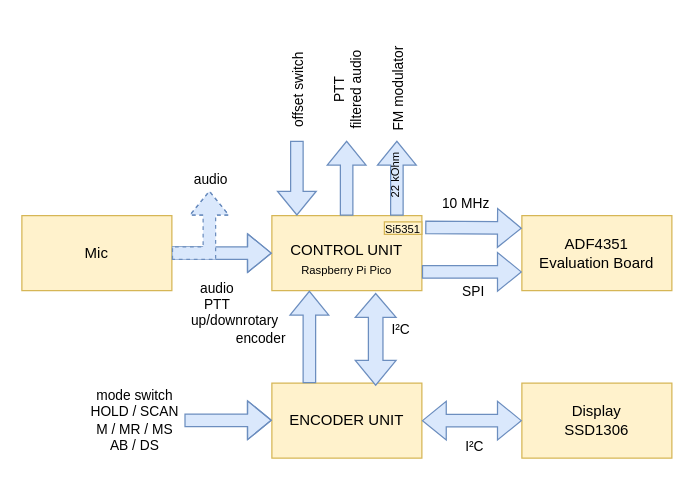
The draw.io diagram overview.drawio in michaelgroni/tr-pll7, before the edit. Source tidied: cells renumbered, new cells numbered last; positions are measured from the earlier drawing's top-left corner, leaving out a move shared by most shapes. Both pictures are drawn from the tidied source at 125%, with x=0, y=0 at pixel (21, 140).
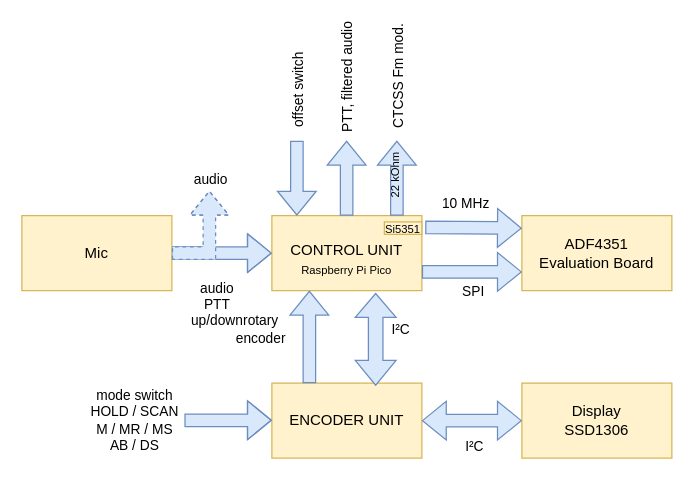
Above is the later version.

The change refers to these unchanged cells:
```xml
<mxCell id="21" style="shape=flexArrow;endArrow=classic;html=1;rounded=0;exitX=0.167;exitY=0;exitDx=0;exitDy=0;exitPerimeter=0;fillColor=#dae8fc;strokeColor=#6c8ebf;" parent="1" edge="1">
  <mxGeometry relative="1" as="geometry">
    <mxPoint x="259.8" y="60" as="sourcePoint" />
    <mxPoint x="259.8" as="targetPoint" />
  </mxGeometry>
</mxCell>
<mxCell id="28" style="shape=flexArrow;endArrow=classic;html=1;rounded=0;exitX=0.167;exitY=0;exitDx=0;exitDy=0;exitPerimeter=0;fillColor=#dae8fc;strokeColor=#6c8ebf;" parent="1" edge="1">
  <mxGeometry relative="1" as="geometry">
    <mxPoint x="300" y="60" as="sourcePoint" />
    <mxPoint x="300" as="targetPoint" />
  </mxGeometry>
</mxCell>
```

Change to the diagram source:
```diff
@@
-    <mxCell id="22" value="PTT&lt;br&gt;filtered audio" style="edgeLabel;html=1;align=center;verticalAlign=middle;rotation=-90;" parent="21" vertex="1">
+    <mxCell id="22" value="PTT,&amp;nbsp;filtered audio" style="edgeLabel;html=1;align=center;verticalAlign=middle;rotation=-90;" parent="21" vertex="1">
       <mxGeometry x="0.49" y="-4" relative="1" as="geometry">
-        <mxPoint x="-4" y="-55" as="offset" />
+        <mxPoint x="-4" y="-65" as="offset" />
       </mxGeometry>
     </mxCell>
@@
-    <mxCell id="29" value="FM modulator" style="edgeLabel;html=1;align=center;verticalAlign=middle;rotation=-90;" parent="28" vertex="1">
+    <mxCell id="29" value="CTCSS Fm mod." style="edgeLabel;html=1;align=center;verticalAlign=middle;rotation=-90;" parent="28" vertex="1">
       <mxGeometry x="0.49" y="-4" relative="1" as="geometry">
-        <mxPoint x="-4" y="-55" as="offset" />
+        <mxPoint x="-4" y="-65" as="offset" />
       </mxGeometry>
     </mxCell>
```
